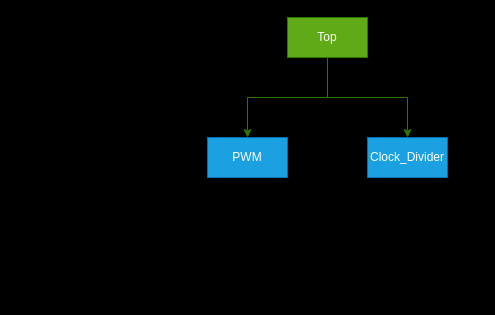
gordonpow/lab_hardware_test keeps this draw.io diagram as 4/img/BreakDown.drawio. Above is the earlier version. Source tidied: cells renumbered, new cells numbered last; positions are measured from the earlier drawing's top-left corner, leaving out a move shared by most shapes. Both pictures are drawn from the tidied source at 100%, with x=0, y=0 at pixel (207, 17).
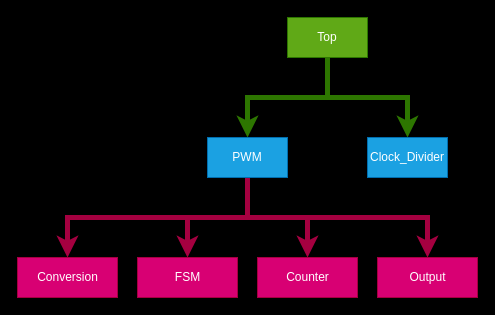
Above is the later version.

Change to the diagram source:
```diff
@@
 <mxGraphModel background="#000000">
   <root>
     <mxCell id="0" />
     <mxCell id="1" parent="0" />
-    <mxCell id="2" style="edgeStyle=orthogonalEdgeStyle;html=1;exitX=0.5;exitY=1;exitDx=0;exitDy=0;entryX=0.5;entryY=0;entryDx=0;entryDy=0;rounded=0;fillColor=#60a917;strokeColor=#2D7600;" parent="1" edge="1" source="4" target="5">
+    <mxCell id="2" style="edgeStyle=orthogonalEdgeStyle;html=1;exitX=0.5;exitY=1;exitDx=0;exitDy=0;entryX=0.5;entryY=0;entryDx=0;entryDy=0;rounded=0;fillColor=#60a917;strokeColor=#2D7600;strokeWidth=5;" parent="1" edge="1" source="4" target="5">
       <mxGeometry relative="1" as="geometry" />
     </mxCell>
-    <mxCell id="3" style="edgeStyle=orthogonalEdgeStyle;html=1;exitX=0.5;exitY=1;exitDx=0;exitDy=0;entryX=0.5;entryY=0;entryDx=0;entryDy=0;rounded=0;fillColor=#60a917;strokeColor=#2D7600;" parent="1" edge="1" source="4" target="6">
+    <mxCell id="3" style="edgeStyle=orthogonalEdgeStyle;html=1;exitX=0.5;exitY=1;exitDx=0;exitDy=0;entryX=0.5;entryY=0;entryDx=0;entryDy=0;rounded=0;fillColor=#60a917;strokeColor=#2D7600;strokeWidth=5;" parent="1" edge="1" source="4" target="6">
       <mxGeometry relative="1" as="geometry" />
     </mxCell>
     <mxCell id="4" value="Top" style="rounded=0;whiteSpace=wrap;html=1;fillColor=#60a917;fontColor=#ffffff;strokeColor=#2D7600;" parent="1" vertex="1">
       <mxGeometry x="80" width="80" height="40" as="geometry" />
     </mxCell>
+    <mxCell id="7" style="edgeStyle=orthogonalEdgeStyle;html=1;exitX=0.5;exitY=1;exitDx=0;exitDy=0;entryX=0.5;entryY=0;entryDx=0;entryDy=0;strokeWidth=5;fillColor=#d80073;strokeColor=#A50040;rounded=0;" parent="1" edge="1" source="5" target="11">
+      <mxGeometry relative="1" as="geometry" />
+    </mxCell>
+    <mxCell id="8" style="edgeStyle=orthogonalEdgeStyle;html=1;exitX=0.5;exitY=1;exitDx=0;exitDy=0;entryX=0.5;entryY=0;entryDx=0;entryDy=0;strokeWidth=5;fillColor=#d80073;strokeColor=#A50040;rounded=0;" parent="1" edge="1" source="5" target="12">
+      <mxGeometry relative="1" as="geometry" />
+    </mxCell>
+    <mxCell id="9" style="edgeStyle=orthogonalEdgeStyle;html=1;exitX=0.5;exitY=1;exitDx=0;exitDy=0;entryX=0.5;entryY=0;entryDx=0;entryDy=0;strokeWidth=5;fillColor=#d80073;strokeColor=#A50040;rounded=0;" parent="1" edge="1" source="5" target="13">
+      <mxGeometry relative="1" as="geometry" />
+    </mxCell>
+    <mxCell id="10" style="edgeStyle=orthogonalEdgeStyle;html=1;exitX=0.5;exitY=1;exitDx=0;exitDy=0;entryX=0.5;entryY=0;entryDx=0;entryDy=0;strokeWidth=5;fillColor=#d80073;strokeColor=#A50040;rounded=0;" parent="1" edge="1" source="5" target="14">
+      <mxGeometry relative="1" as="geometry" />
+    </mxCell>
     <mxCell id="5" value="PWM" style="rounded=0;whiteSpace=wrap;html=1;fillColor=#1ba1e2;fontColor=#ffffff;strokeColor=#006EAF;" parent="1" vertex="1">
       <mxGeometry y="120" width="80" height="40" as="geometry" />
     </mxCell>
     <mxCell id="6" value="Clock_Divider" style="rounded=0;whiteSpace=wrap;html=1;fillColor=#1ba1e2;fontColor=#ffffff;strokeColor=#006EAF;" parent="1" vertex="1">
       <mxGeometry x="160" y="120" width="80" height="40" as="geometry" />
     </mxCell>
+    <mxCell id="11" value="Conversion" style="fillColor=#d80073;fontColor=#ffffff;strokeColor=#A50040;html=1;" parent="1" vertex="1">
+      <mxGeometry x="-190" y="240" width="100" height="40" as="geometry" />
+    </mxCell>
+    <mxCell id="12" value="FSM" style="fillColor=#d80073;fontColor=#ffffff;strokeColor=#A50040;html=1;" parent="1" vertex="1">
+      <mxGeometry x="-70" y="240" width="100" height="40" as="geometry" />
+    </mxCell>
+    <mxCell id="13" value="Counter&lt;br&gt;" style="fillColor=#d80073;fontColor=#ffffff;strokeColor=#A50040;html=1;" parent="1" vertex="1">
+      <mxGeometry x="50" y="240" width="100" height="40" as="geometry" />
+    </mxCell>
+    <mxCell id="14" value="Output" style="fillColor=#d80073;fontColor=#ffffff;strokeColor=#A50040;html=1;" parent="1" vertex="1">
+      <mxGeometry x="170" y="240" width="100" height="40" as="geometry" />
+    </mxCell>
   </root>
 </mxGraphModel>
```
